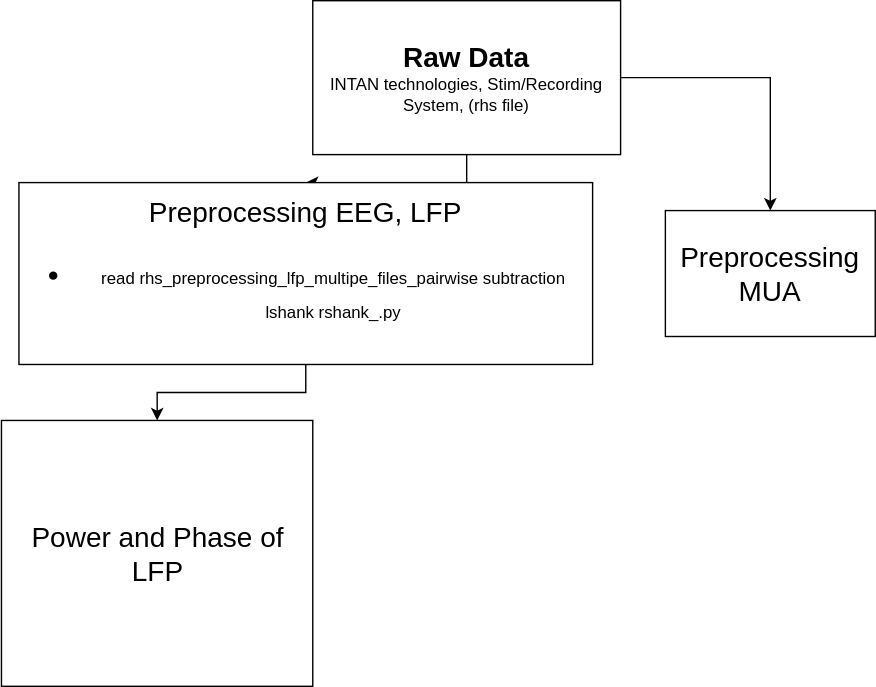
chrihoni/University-of-Oslo_PCI_Mouse_Analysis keeps this draw.io diagram as Mouse_pci_analysis_pipeline_uio.drawio.svg. Above is the earlier version. Source tidied: cells renumbered, new cells last; positions are measured from the earlier drawing's top-left corner, leaving out a move shared by most shapes.
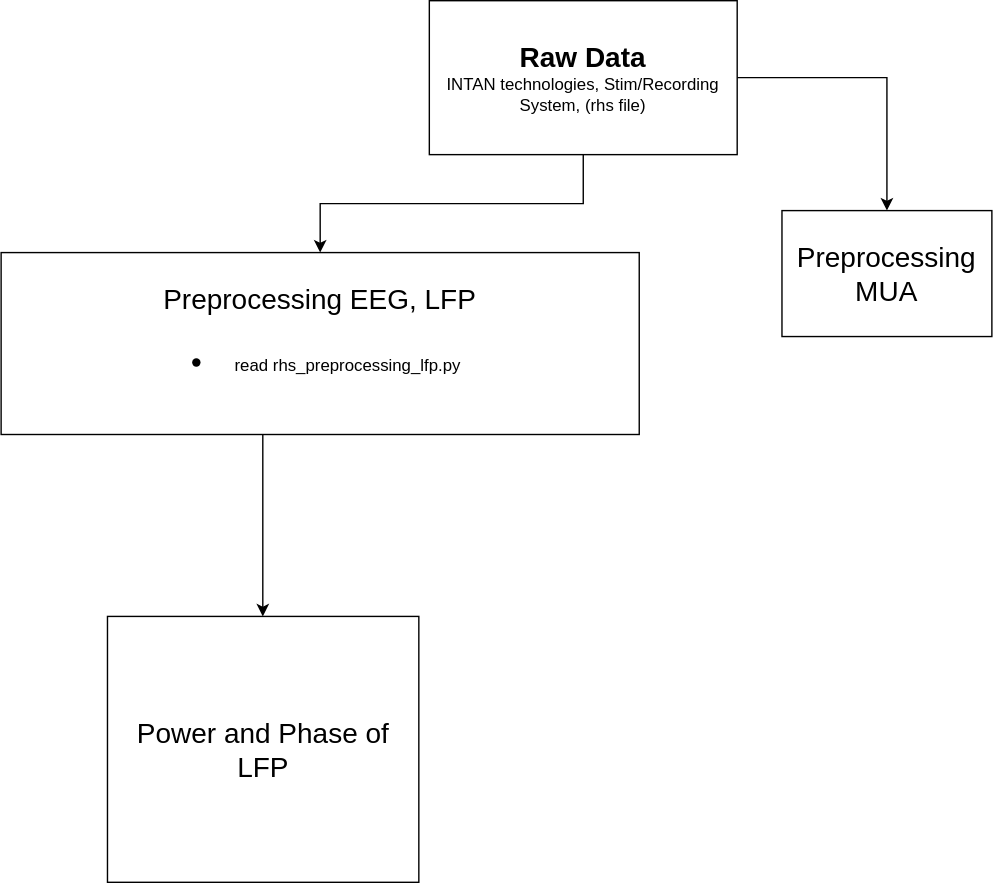
The same file after the commit.

Diff of the diagram source:
```diff
@@ -12,13 +12,18 @@
       <mxGeometry x="222" width="220" height="110" as="geometry" />
     </mxCell>
     <mxCell id="5" style="edgeStyle=orthogonalEdgeStyle;rounded=0;jettySize=auto;html=1;fontSize=20;" parent="1" edge="1" source="6" target="7">
-      <mxGeometry relative="1" as="geometry" />
+      <mxGeometry relative="1" as="geometry">
+        <Array as="points">
+          <mxPoint x="103" y="340" />
+          <mxPoint x="103" y="340" />
+        </Array>
+      </mxGeometry>
     </mxCell>
-    <mxCell id="6" value="&lt;span style=&quot;&quot;&gt;Preprocessing EEG, LFP&lt;br&gt;&lt;ul&gt;&lt;li&gt;&lt;span style=&quot;&quot;&gt;&lt;font style=&quot;font-size: 12px;&quot;&gt;read rhs_preprocessing_lfp_multipe_files_pairwise subtraction lshank rshank_.py&lt;/font&gt;&lt;br&gt;&lt;/span&gt;&lt;/li&gt;&lt;/ul&gt;&lt;/span&gt;" style="rounded=0;whiteSpace=wrap;html=1;fontSize=20;" parent="1" vertex="1">
-      <mxGeometry x="12" y="130" width="410" height="130" as="geometry" />
+    <mxCell id="6" value="&lt;span style=&quot;&quot;&gt;Preprocessing EEG, LFP&lt;br&gt;&lt;ul&gt;&lt;li&gt;&lt;span style=&quot;&quot;&gt;&lt;font style=&quot;font-size: 12px;&quot;&gt;read rhs_preprocessing_lfp.py&lt;/font&gt;&lt;br&gt;&lt;/span&gt;&lt;/li&gt;&lt;/ul&gt;&lt;/span&gt;" style="rounded=0;whiteSpace=wrap;html=1;fontSize=20;" parent="1" vertex="1">
+      <mxGeometry x="-84" y="180" width="456" height="130" as="geometry" />
     </mxCell>
     <mxCell id="7" value="Power and Phase of LFP" style="rounded=0;whiteSpace=wrap;html=1;fontSize=20;" parent="1" vertex="1">
-      <mxGeometry x="-0.5" y="300" width="222.5" height="190" as="geometry" />
+      <mxGeometry x="-8" y="440" width="222.5" height="190" as="geometry" />
     </mxCell>
     <mxCell id="8" value="&lt;span style=&quot;&quot;&gt;Preprocessing MUA&lt;/span&gt;" style="rounded=0;whiteSpace=wrap;html=1;fontSize=20;" parent="1" vertex="1">
       <mxGeometry x="474" y="150" width="150" height="90" as="geometry" />
```
